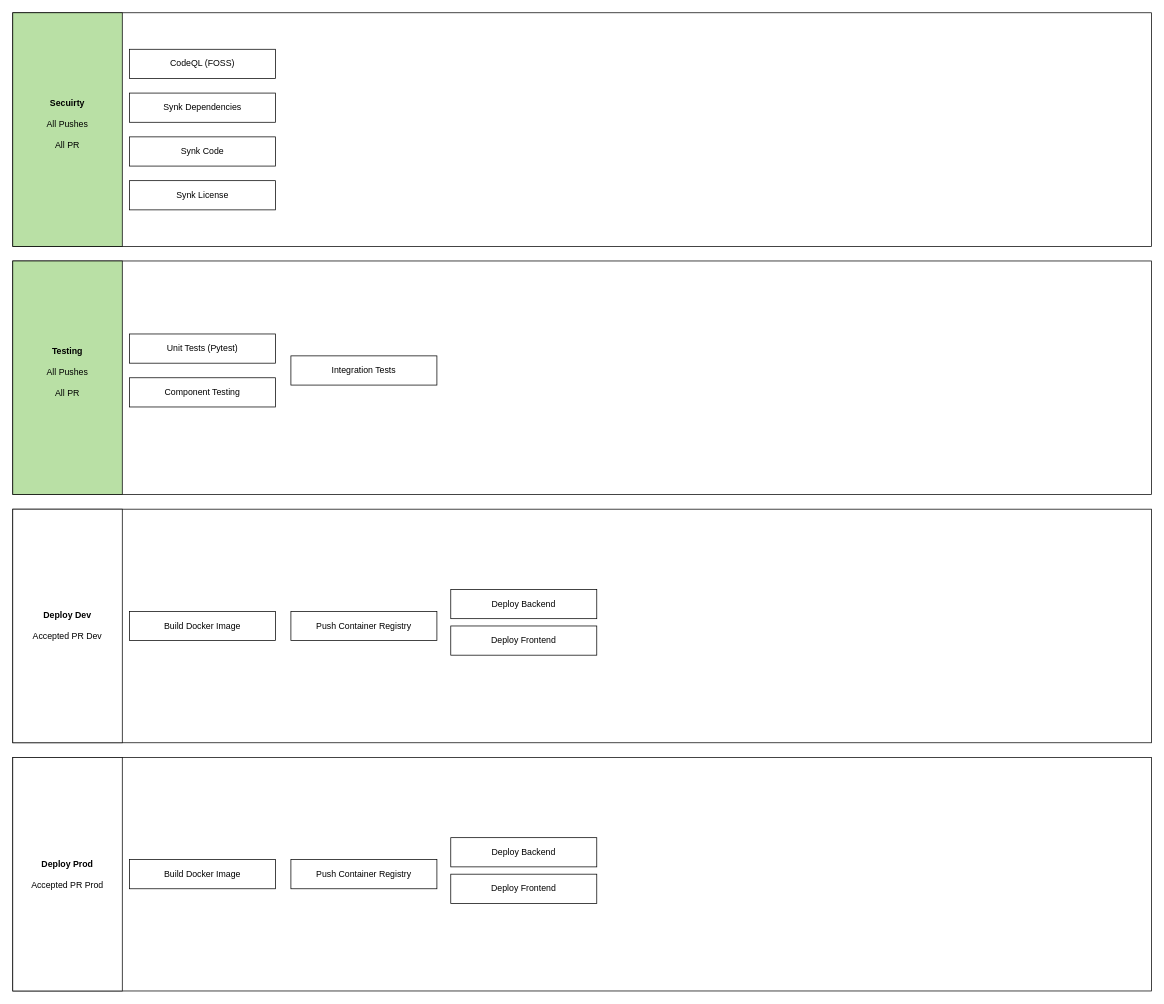
This is page "Page-2" (2 of 2) of Pipelines.drawio from ITM007/ITM007, a draw.io file, before an edit. Source tidied: cells renumbered, new cells numbered last; positions are measured from the earlier drawing's top-left corner, leaving out a move shared by most shapes. Both pictures are drawn from the tidied source at 73%, with x=0, y=0 at pixel (12, 12).
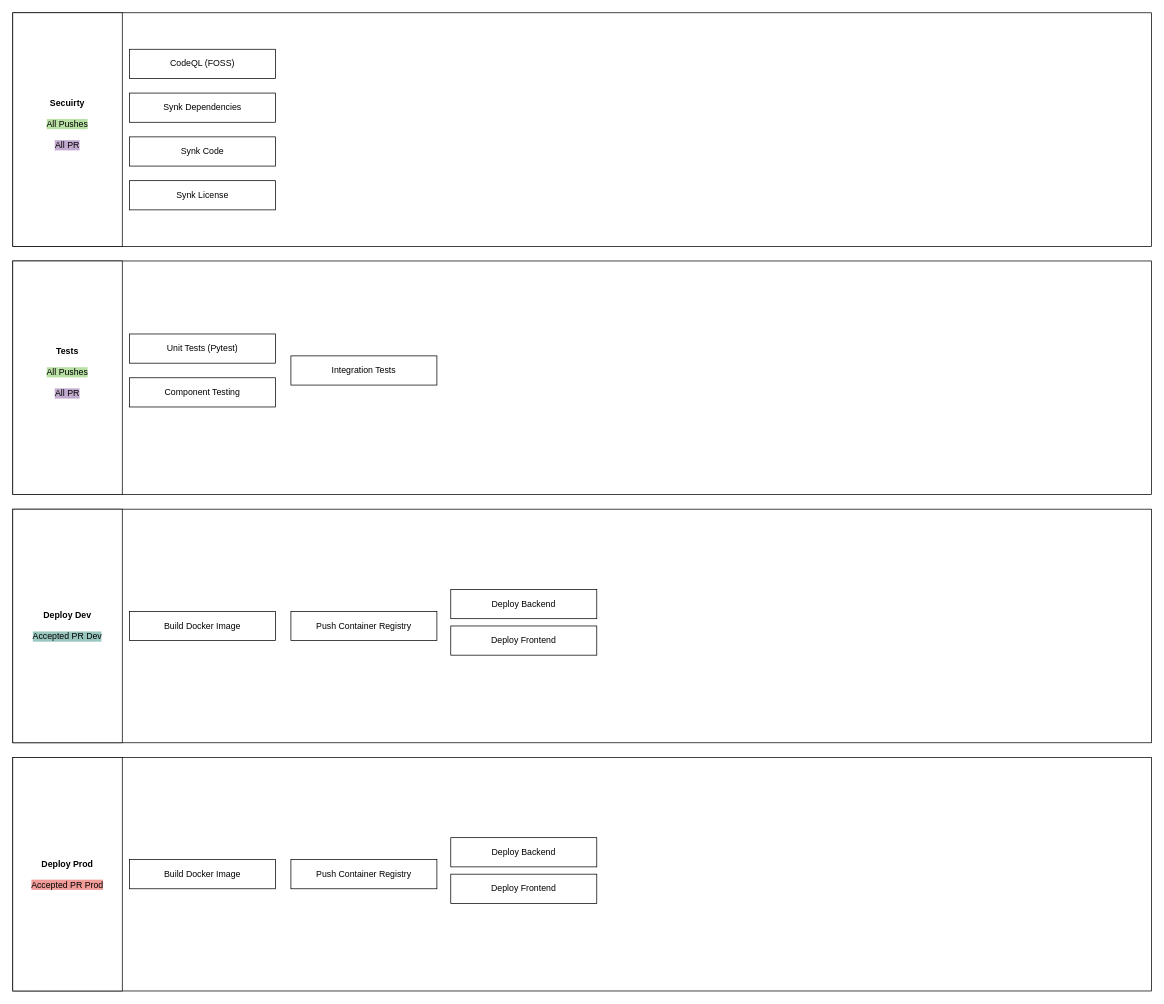
After the change.

Change to the diagram source:
```diff
@@
-    <mxCell id="3" value="&lt;div&gt;&lt;b&gt;Testing&lt;/b&gt;&lt;/div&gt;&lt;div&gt;&lt;br&gt;&lt;/div&gt;&lt;div&gt;All Pushes&lt;br&gt;&lt;/div&gt;&lt;div&gt;&lt;br&gt;&lt;/div&gt;&lt;div&gt;All PR&lt;br&gt;&lt;/div&gt;&lt;div&gt;&lt;br&gt;&lt;/div&gt;" style="rounded=0;whiteSpace=wrap;html=1;fillColor=#B9E0A5;" parent="1" vertex="1">
+    <mxCell id="3" value="&lt;div&gt;&lt;b&gt;Tests&lt;/b&gt;&lt;/div&gt;&lt;div&gt;&lt;br&gt;&lt;/div&gt;&lt;div&gt;&lt;span style=&quot;background-color: rgb(185 , 224 , 165)&quot;&gt;All Pushes&lt;/span&gt;&lt;br&gt;&lt;/div&gt;&lt;div&gt;&lt;br&gt;&lt;/div&gt;&lt;div&gt;&lt;span style=&quot;background-color: rgb(195 , 171 , 208)&quot;&gt;All PR&lt;/span&gt;&lt;br&gt;&lt;/div&gt;&lt;div&gt;&lt;br&gt;&lt;/div&gt;" style="rounded=0;whiteSpace=wrap;html=1;fillColor=#FFFFFF;" parent="1" vertex="1">
       <mxGeometry y="340" width="150" height="320" as="geometry" />
     </mxCell>
@@
-    <mxCell id="8" value="&lt;b&gt;Secuirty&lt;/b&gt;&lt;div&gt;&lt;br&gt;&lt;/div&gt;&lt;div&gt;All Pushes&lt;br&gt;&lt;/div&gt;&lt;div&gt;&lt;br&gt;&lt;/div&gt;All PR&lt;div&gt;&lt;br&gt;&lt;/div&gt;" style="rounded=0;whiteSpace=wrap;html=1;fillColor=#B9E0A5;" parent="1" vertex="1">
+    <mxCell id="8" value="&lt;b&gt;Secuirty&lt;/b&gt;&lt;div&gt;&lt;br&gt;&lt;/div&gt;&lt;div&gt;&lt;span style=&quot;background-color: rgb(185 , 224 , 165)&quot;&gt;All Pushes&lt;/span&gt;&lt;br&gt;&lt;/div&gt;&lt;div&gt;&lt;br&gt;&lt;/div&gt;&lt;span style=&quot;background-color: rgb(195 , 171 , 208)&quot;&gt;All PR&lt;/span&gt;&lt;div&gt;&lt;br&gt;&lt;/div&gt;" style="rounded=0;whiteSpace=wrap;html=1;fillColor=#FFFFFF;" parent="1" vertex="1">
       <mxGeometry width="150" height="320" as="geometry" />
     </mxCell>
@@
-    <mxCell id="14" value="&lt;div&gt;&lt;b&gt;Deploy Dev&lt;/b&gt;&lt;/div&gt;&lt;div&gt;&lt;br&gt;&lt;/div&gt;&lt;div&gt;Accepted PR Dev&lt;br&gt;&lt;/div&gt;" style="rounded=0;whiteSpace=wrap;html=1;" parent="1" vertex="1">
+    <mxCell id="14" value="&lt;div&gt;&lt;b&gt;Deploy Dev&lt;/b&gt;&lt;/div&gt;&lt;div&gt;&lt;br&gt;&lt;/div&gt;&lt;div&gt;&lt;span style=&quot;background-color: rgb(154 , 199 , 191)&quot;&gt;Accepted PR Dev&lt;/span&gt;&lt;br&gt;&lt;/div&gt;" style="rounded=0;whiteSpace=wrap;html=1;" parent="1" vertex="1">
       <mxGeometry y="680" width="150" height="320" as="geometry" />
     </mxCell>
@@
-    <mxCell id="20" value="&lt;div&gt;&lt;b&gt;Deploy Prod&lt;br&gt;&lt;/b&gt;&lt;/div&gt;&lt;div&gt;&lt;br&gt;&lt;/div&gt;&lt;div&gt;Accepted PR Prod&lt;br&gt;&lt;/div&gt;" style="rounded=0;whiteSpace=wrap;html=1;" parent="1" vertex="1">
+    <mxCell id="20" value="&lt;div&gt;&lt;b&gt;Deploy Prod&lt;br&gt;&lt;/b&gt;&lt;/div&gt;&lt;div&gt;&lt;br&gt;&lt;/div&gt;&lt;div&gt;&lt;span style=&quot;background-color: rgb(241 , 156 , 153)&quot;&gt;&lt;span&gt;Accepted PR Prod&lt;/span&gt;&lt;/span&gt;&lt;br&gt;&lt;/div&gt;" style="rounded=0;whiteSpace=wrap;html=1;" parent="1" vertex="1">
       <mxGeometry y="1020" width="150" height="320" as="geometry" />
     </mxCell>
```
